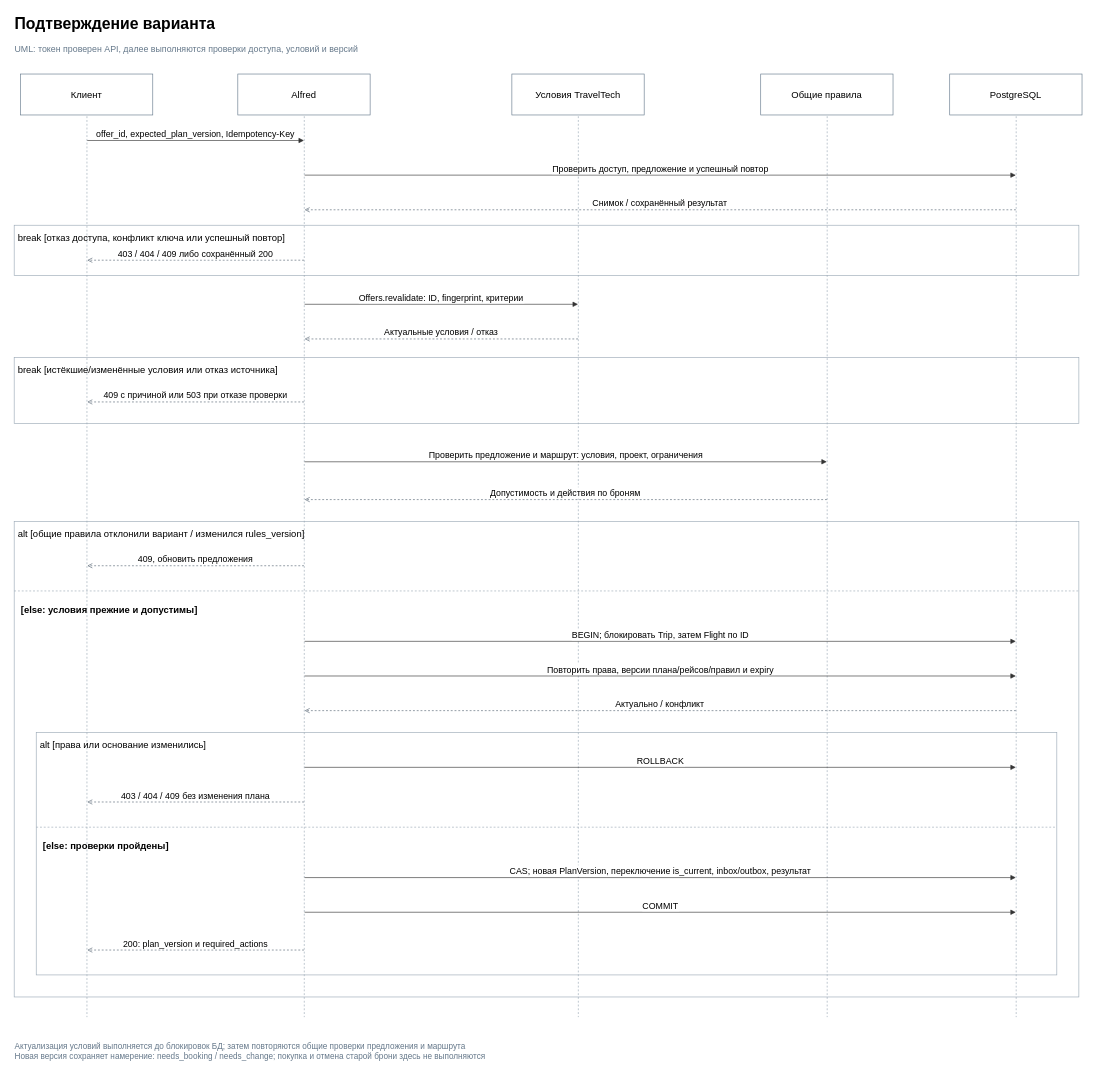
Above: docs/diagrams/03-selection-sequence.drawio in klarty-n/alfred-travel-system-design (draw.io), before the change. Source tidied: cells renumbered, new cells numbered last; positions are measured from the earlier drawing's top-left corner, leaving out a move shared by most shapes. Both pictures are drawn from the tidied source at 63%, with x=0, y=0 at pixel (11, 11).
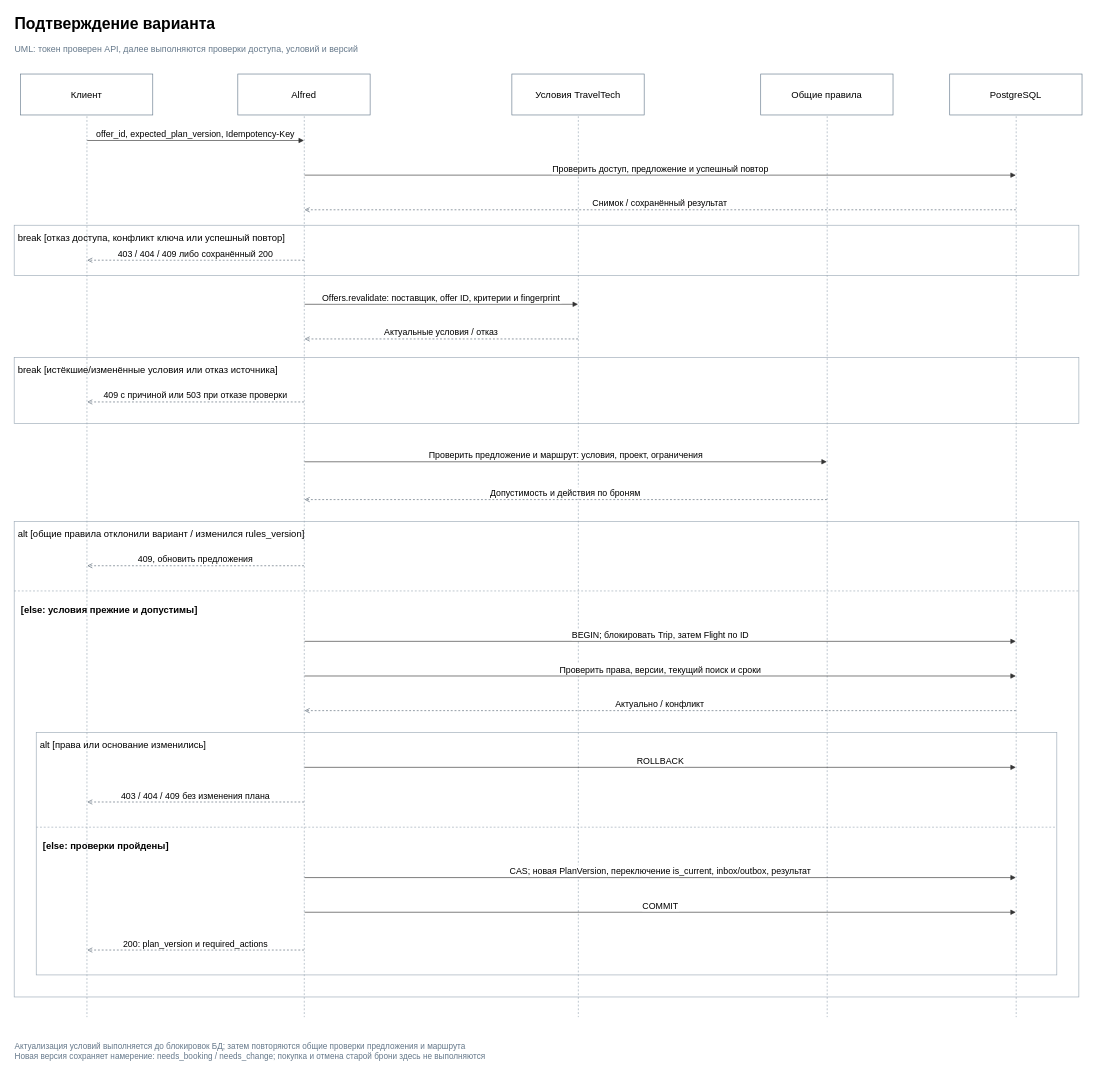
After the change.

Unchanged cells that the change refers to:
```xml
<mxCell id="27" style="opacity=0;fillOpacity=0;strokeOpacity=0;" parent="1" vertex="1">
  <mxGeometry x="465" y="465" width="1" height="1" as="geometry" />
</mxCell>
<mxCell id="28" style="opacity=0;fillOpacity=0;strokeOpacity=0;" parent="1" vertex="1">
  <mxGeometry x="900" y="465" width="1" height="1" as="geometry" />
</mxCell>
<mxCell id="52" style="opacity=0;fillOpacity=0;strokeOpacity=0;" parent="1" vertex="1">
  <mxGeometry x="465" y="1055" width="1" height="1" as="geometry" />
</mxCell>
<mxCell id="53" style="opacity=0;fillOpacity=0;strokeOpacity=0;" parent="1" vertex="1">
  <mxGeometry x="1595" y="1055" width="1" height="1" as="geometry" />
</mxCell>
```

Diff of the diagram source:
```diff
@@
-    <mxCell id="29" value="Offers.revalidate: ID, fingerprint, критерии" style="edgeStyle=orthogonalEdgeStyle;rounded=0;html=0;whiteSpace=nowrap;fontSize=12;labelBackgroundColor=#ffffff;jettySize=20;edgeStyle=none;endArrow=open;endFill=0;fontFamily=Arial;fontSize=14;verticalLabelPosition=top;verticalAlign=bottom;endArrow=block;endFill=1;strokeColor=#333333;" parent="1" edge="1" source="27" target="28">
+    <mxCell id="29" value="Offers.revalidate: поставщик, offer ID, критерии и fingerprint" style="edgeStyle=orthogonalEdgeStyle;rounded=0;html=0;whiteSpace=nowrap;fontSize=12;labelBackgroundColor=#ffffff;jettySize=20;edgeStyle=none;endArrow=open;endFill=0;fontFamily=Arial;fontSize=14;verticalLabelPosition=top;verticalAlign=bottom;endArrow=block;endFill=1;strokeColor=#333333;" parent="1" edge="1" source="27" target="28">
       <mxGeometry relative="1" as="geometry" />
     </mxCell>
@@
-    <mxCell id="54" value="Повторить права, версии плана/рейсов/правил и expiry" style="edgeStyle=orthogonalEdgeStyle;rounded=0;html=0;whiteSpace=nowrap;fontSize=12;labelBackgroundColor=#ffffff;jettySize=20;edgeStyle=none;endArrow=open;endFill=0;fontFamily=Arial;fontSize=14;verticalLabelPosition=top;verticalAlign=bottom;endArrow=block;endFill=1;strokeColor=#333333;" parent="1" edge="1" source="52" target="53">
+    <mxCell id="54" value="Проверить права, версии, текущий поиск и сроки" style="edgeStyle=orthogonalEdgeStyle;rounded=0;html=0;whiteSpace=nowrap;fontSize=12;labelBackgroundColor=#ffffff;jettySize=20;edgeStyle=none;endArrow=open;endFill=0;fontFamily=Arial;fontSize=14;verticalLabelPosition=top;verticalAlign=bottom;endArrow=block;endFill=1;strokeColor=#333333;" parent="1" edge="1" source="52" target="53">
       <mxGeometry relative="1" as="geometry" />
     </mxCell>
```
